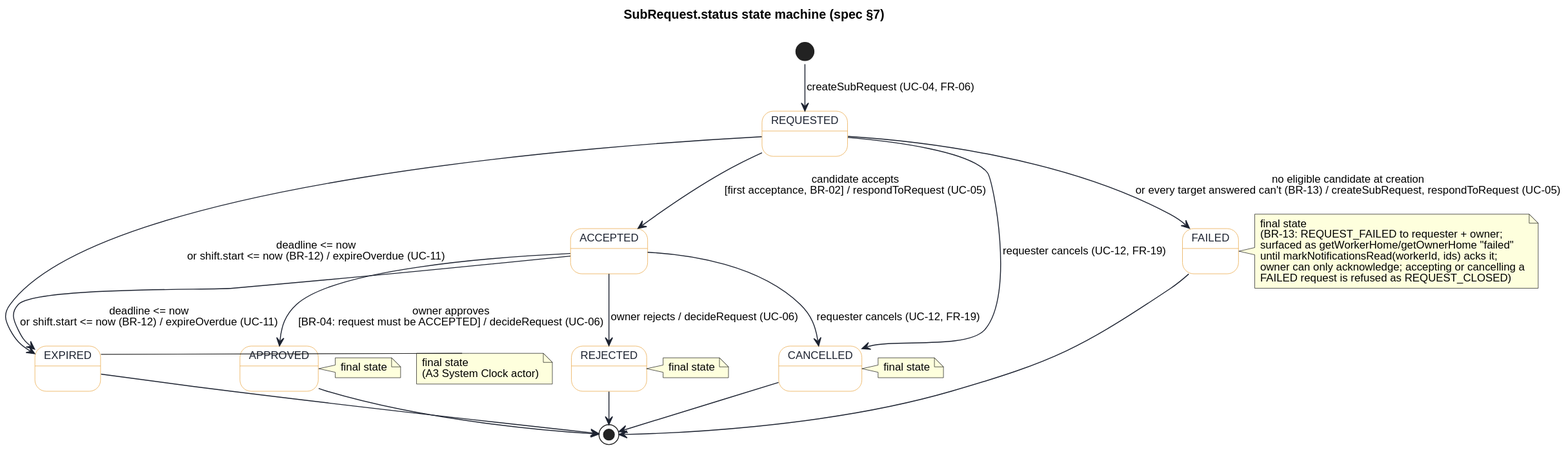
This is uml/state-subrequest.svg from keemlogan/shiftswap, a PlantUML export, as it was before one commit.
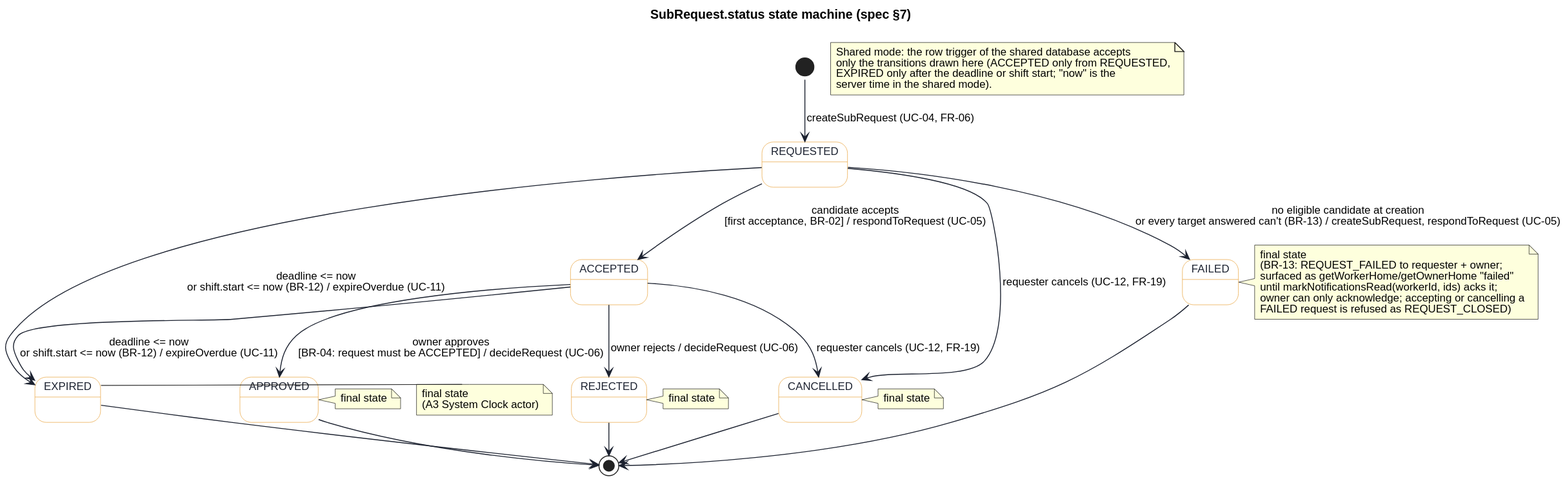
After the change.

The edit, as a diff of the source:
```diff
@@ -42,6 +42,12 @@
 EXPIRED --> [*]
 CANCELLED --> [*]
 
+note as N8
+  Shared mode: the row trigger of the shared database accepts
+  only the transitions drawn here (ACCEPTED only from REQUESTED,
+  EXPIRED only after the deadline or shift start; "now" is the
+  server time in the shared mode).
+end note
 note right of APPROVED : final state
 note right of REJECTED : final state
 note right of FAILED : final state\n(BR-13: REQUEST_FAILED to requester + owner;\nsurfaced as getWorkerHome/getOwnerHome "failed"\nuntil markNotificationsRead(workerId, ids) acks it;\nowner can only acknowledge; accepting or cancelling a\nFAILED request is refused as REQUEST_CLOSED)
```
